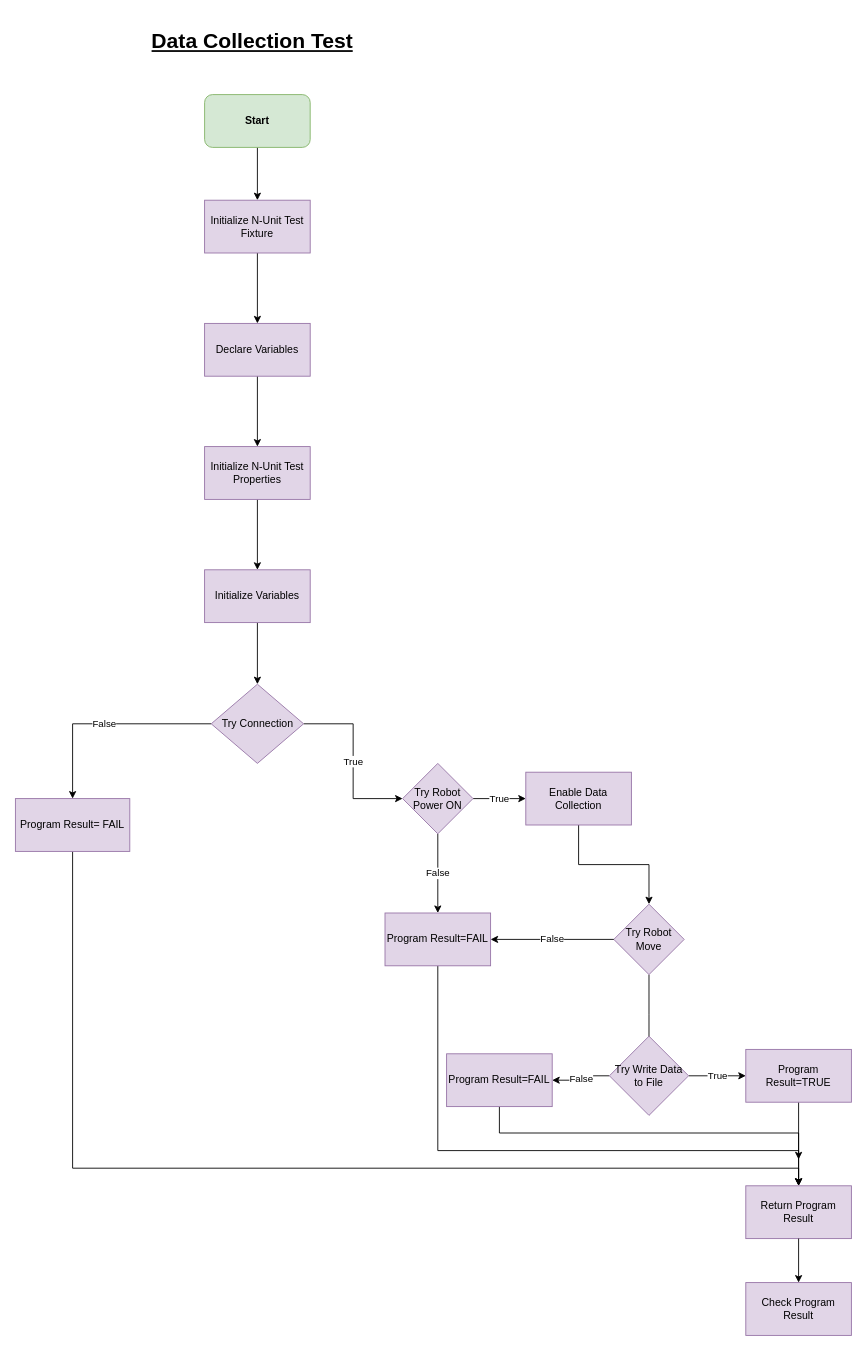
The draw.io diagram page "DataCollectionTest" (2 of 3) of ProductionTestCompatabilityFLOWCHARTS.drawio in SydneySwofford/Notes, before the edit. Source tidied: cells renumbered, new cells numbered last; positions are measured from the earlier drawing's top-left corner, leaving out a move shared by most shapes. Both pictures are drawn from the tidied source at 88%, with x=0, y=0 at pixel (15, 24).
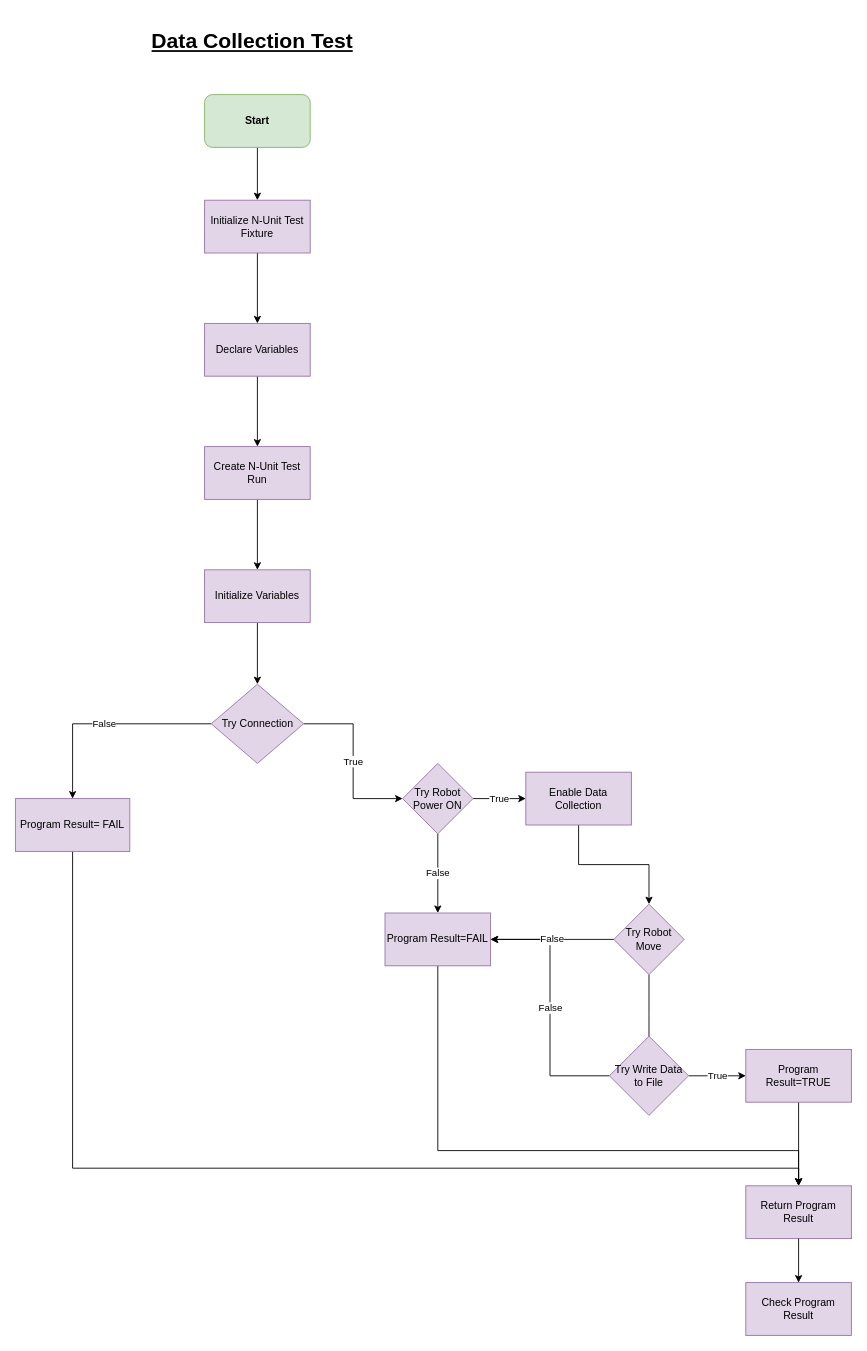
The same diagram, later.

Unchanged cells that the change refers to:
```xml
<mxCell id="22" value="Program Result=FAIL" style="whiteSpace=wrap;html=1;fillColor=#e1d5e7;strokeColor=#9673a6;" parent="1" vertex="1">
  <mxGeometry x="420" y="1010" width="120" height="60" as="geometry" />
</mxCell>
<mxCell id="31" value="Try Write Data to File" style="rhombus;whiteSpace=wrap;html=1;fillColor=#e1d5e7;strokeColor=#9673a6;" parent="1" vertex="1">
  <mxGeometry x="675" y="1150" width="90" height="90" as="geometry" />
</mxCell>
<mxCell id="35" value="Program Result=TRUE" style="whiteSpace=wrap;html=1;fillColor=#e1d5e7;strokeColor=#9673a6;" parent="1" vertex="1">
  <mxGeometry x="830" y="1165" width="120" height="60" as="geometry" />
</mxCell>
<mxCell id="36" value="Return Program Result" style="whiteSpace=wrap;html=1;fillColor=#e1d5e7;strokeColor=#9673a6;" parent="1" vertex="1">
  <mxGeometry x="830" y="1320" width="120" height="60" as="geometry" />
</mxCell>
```

Change to the diagram source:
```diff
@@
-    <mxCell id="10" value="Initialize N-Unit Test Properties" style="whiteSpace=wrap;html=1;fillColor=#e1d5e7;strokeColor=#9673a6;rounded=0;" parent="1" vertex="1">
+    <mxCell id="10" value="Create N-Unit Test Run" style="whiteSpace=wrap;html=1;fillColor=#e1d5e7;strokeColor=#9673a6;rounded=0;" parent="1" vertex="1">
       <mxGeometry x="215" y="480" width="120" height="60" as="geometry" />
     </mxCell>
@@
     <mxCell id="21" style="edgeStyle=orthogonalEdgeStyle;rounded=0;jettySize=auto;html=1;exitX=0.5;exitY=1;exitDx=0;exitDy=0;" parent="1" edge="1" source="22">
       <mxGeometry relative="1" as="geometry">
-        <mxPoint x="890" y="1290" as="targetPoint" />
+        <mxPoint x="890" y="1320" as="targetPoint" />
         <Array as="points">
           <mxPoint x="480" y="1280" />
           <mxPoint x="890" y="1280" />
         </Array>
       </mxGeometry>
     </mxCell>
@@
+    <mxCell id="29" value="False" style="edgeStyle=orthogonalEdgeStyle;rounded=0;jettySize=auto;html=1;entryX=1;entryY=0.5;entryDx=0;entryDy=0;" parent="1" edge="1" source="31" target="22">
+      <mxGeometry relative="1" as="geometry" />
+    </mxCell>
@@
-    <mxCell id="29" value="False" style="edgeStyle=orthogonalEdgeStyle;rounded=0;jettySize=auto;html=1;" parent="1" edge="1" source="31" target="33">
-      <mxGeometry relative="1" as="geometry" />
-    </mxCell>
@@
-    <mxCell id="32" style="edgeStyle=orthogonalEdgeStyle;rounded=0;jettySize=auto;html=1;entryX=0.5;entryY=0;entryDx=0;entryDy=0;exitX=0.5;exitY=1;exitDx=0;exitDy=0;" parent="1" edge="1" source="33" target="36">
-      <mxGeometry relative="1" as="geometry">
-        <Array as="points">
-          <mxPoint x="550" y="1260" />
-          <mxPoint x="890" y="1260" />
-        </Array>
-      </mxGeometry>
-    </mxCell>
-    <mxCell id="33" value="Program Result=FAIL" style="whiteSpace=wrap;html=1;fillColor=#e1d5e7;strokeColor=#9673a6;" parent="1" vertex="1">
-      <mxGeometry x="490" y="1170" width="120" height="60" as="geometry" />
-    </mxCell>
     <mxCell id="34" style="edgeStyle=orthogonalEdgeStyle;rounded=0;jettySize=auto;html=1;" parent="1" edge="1" source="35" target="36">
-      <mxGeometry relative="1" as="geometry" />
+      <mxGeometry relative="1" as="geometry">
+        <Array as="points">
+          <mxPoint x="890" y="1290" />
+          <mxPoint x="890" y="1290" />
+        </Array>
+      </mxGeometry>
     </mxCell>
```
